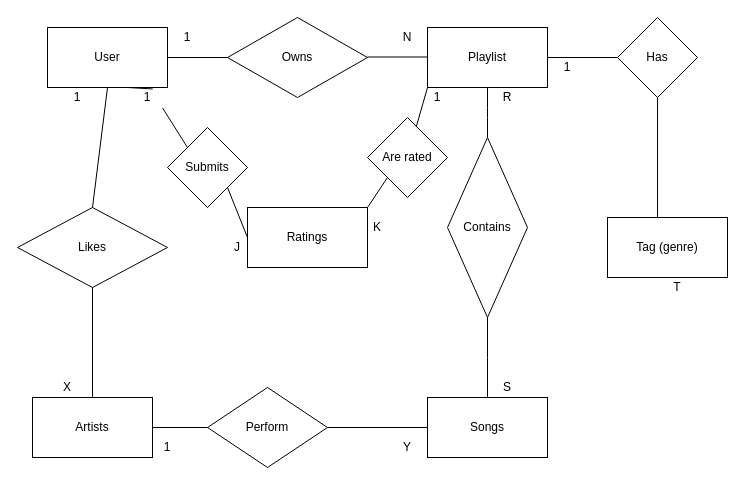
Caimpson/ITECHProj_GroupP keeps this draw.io diagram as ER draft.drawio. Above is the earlier version. Source tidied: cells renumbered, new cells numbered last; positions are measured from the earlier drawing's top-left corner, leaving out a move shared by most shapes. Both pictures are drawn from the tidied source at 100%, with x=0, y=0 at pixel (17, 17).
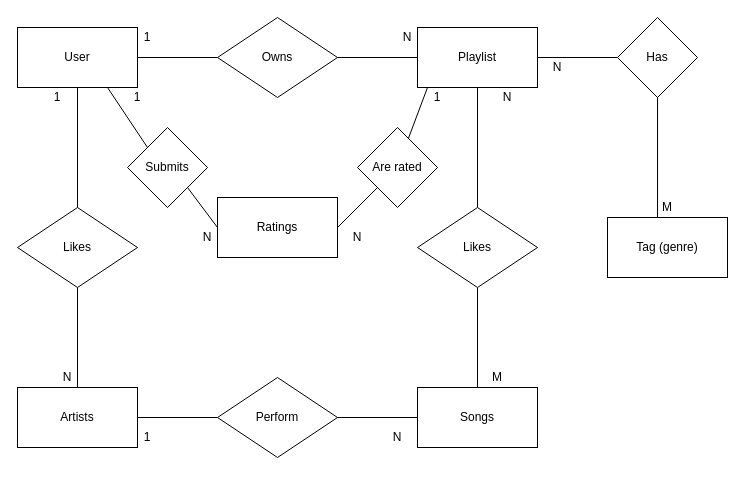
The same page after the edit.

What changed in the source:
```diff
@@
     <mxCell id="3" value="User" style="rounded=0;whiteSpace=wrap;html=1;" parent="1" vertex="1">
-      <mxGeometry x="30" y="10" width="120" height="60" as="geometry" />
+      <mxGeometry y="10" width="120" height="60" as="geometry" />
     </mxCell>
-    <mxCell id="4" style="edgeStyle=orthogonalEdgeStyle;rounded=0;jettySize=auto;html=1;endArrow=none;endFill=0;" parent="1" edge="1" source="14" target="10">
-      <mxGeometry relative="1" as="geometry">
-        <Array as="points">
-          <mxPoint x="470" y="100" />
-          <mxPoint x="470" y="100" />
-        </Array>
-      </mxGeometry>
-    </mxCell>
@@
+    <mxCell id="45" style="edgeStyle=orthogonalEdgeStyle;rounded=0;jettySize=auto;html=1;exitX=0.5;exitY=1;exitDx=0;exitDy=0;entryX=0.5;entryY=0;entryDx=0;entryDy=0;endArrow=none;endFill=0;" parent="1" edge="1" source="6" target="48">
+      <mxGeometry relative="1" as="geometry" />
+    </mxCell>
     <mxCell id="6" value="Playlist" style="rounded=0;whiteSpace=wrap;html=1;" parent="1" vertex="1">
-      <mxGeometry x="410" y="10" width="120" height="60" as="geometry" />
+      <mxGeometry x="400" y="10" width="120" height="60" as="geometry" />
     </mxCell>
+    <mxCell id="46" style="edgeStyle=orthogonalEdgeStyle;rounded=0;jettySize=auto;html=1;exitX=1;exitY=0.5;exitDx=0;exitDy=0;entryX=0;entryY=0.5;entryDx=0;entryDy=0;endArrow=none;endFill=0;" parent="1" edge="1" source="7" target="6">
+      <mxGeometry relative="1" as="geometry" />
+    </mxCell>
     <mxCell id="7" value="Owns" style="rhombus;whiteSpace=wrap;html=1;" parent="1" vertex="1">
-      <mxGeometry x="210" width="140" height="80" as="geometry" />
+      <mxGeometry x="200" width="120" height="80" as="geometry" />
     </mxCell>
-    <mxCell id="8" style="edgeStyle=orthogonalEdgeStyle;rounded=0;orthogonalLoop=1;jettySize=auto;html=1;exitX=1;exitY=0.5;exitDx=0;exitDy=0;entryX=0;entryY=0.5;entryDx=0;entryDy=0;endArrow=none;endFill=0;" parent="1" edge="1">
-      <mxGeometry relative="1" as="geometry">
-        <mxPoint x="350" y="39.5" as="sourcePoint" />
-        <mxPoint x="410" y="39.5" as="targetPoint" />
-      </mxGeometry>
-    </mxCell>
-    <mxCell id="9" style="edgeStyle=orthogonalEdgeStyle;rounded=0;jettySize=auto;html=1;endArrow=none;endFill=0;" parent="1" edge="1" source="10">
-      <mxGeometry relative="1" as="geometry">
-        <mxPoint x="470" y="380" as="targetPoint" />
-      </mxGeometry>
-    </mxCell>
-    <mxCell id="10" value="Contains" style="rhombus;whiteSpace=wrap;html=1;" parent="1" vertex="1">
-      <mxGeometry x="430" y="120" width="80" height="180" as="geometry" />
-    </mxCell>
     <mxCell id="11" value="Songs" style="rounded=0;whiteSpace=wrap;html=1;" parent="1" vertex="1">
-      <mxGeometry x="410" y="380" width="120" height="60" as="geometry" />
+      <mxGeometry x="400" y="370" width="120" height="60" as="geometry" />
     </mxCell>
     <mxCell id="12" value="1" style="text;html=1;strokeColor=none;fillColor=none;align=center;verticalAlign=middle;whiteSpace=wrap;rounded=0;" parent="1" vertex="1">
-      <mxGeometry x="150" y="10" width="40" height="20" as="geometry" />
+      <mxGeometry x="110" y="10" width="40" height="20" as="geometry" />
     </mxCell>
@@
-    <mxCell id="14" value="R" style="text;html=1;strokeColor=none;fillColor=none;align=center;verticalAlign=middle;whiteSpace=wrap;rounded=0;" parent="1" vertex="1">
+    <mxCell id="14" value="N" style="text;html=1;strokeColor=none;fillColor=none;align=center;verticalAlign=middle;whiteSpace=wrap;rounded=0;" parent="1" vertex="1">
       <mxGeometry x="470" y="70" width="40" height="20" as="geometry" />
     </mxCell>
-    <mxCell id="15" style="edgeStyle=orthogonalEdgeStyle;rounded=0;jettySize=auto;html=1;endArrow=none;endFill=0;" parent="1" edge="1" source="6">
-      <mxGeometry relative="1" as="geometry">
-        <mxPoint x="470" y="90" as="targetPoint" />
-      </mxGeometry>
-    </mxCell>
-    <mxCell id="16" value="S" style="text;html=1;strokeColor=none;fillColor=none;align=center;verticalAlign=middle;whiteSpace=wrap;rounded=0;" parent="1" vertex="1">
-      <mxGeometry x="470" y="360" width="40" height="20" as="geometry" />
+    <mxCell id="16" value="M" style="text;html=1;strokeColor=none;fillColor=none;align=center;verticalAlign=middle;whiteSpace=wrap;rounded=0;" parent="1" vertex="1">
+      <mxGeometry x="460" y="350" width="40" height="20" as="geometry" />
     </mxCell>
     <mxCell id="17" value="Ratings" style="rounded=0;whiteSpace=wrap;html=1;" parent="1" vertex="1">
-      <mxGeometry x="230" y="190" width="120" height="60" as="geometry" />
+      <mxGeometry x="200" y="180" width="120" height="60" as="geometry" />
     </mxCell>
     <mxCell id="18" value="Submits" style="rhombus;whiteSpace=wrap;html=1;" parent="1" vertex="1">
-      <mxGeometry x="150" y="110" width="80" height="80" as="geometry" />
+      <mxGeometry x="110" y="110" width="80" height="80" as="geometry" />
     </mxCell>
     <mxCell id="19" value="Are rated" style="rhombus;whiteSpace=wrap;html=1;" parent="1" vertex="1">
-      <mxGeometry x="350" y="100" width="80" height="80" as="geometry" />
+      <mxGeometry x="340" y="110" width="80" height="80" as="geometry" />
     </mxCell>
-    <mxCell id="20" style="endArrow=none;html=1;exitX=0;exitY=0;exitDx=0;exitDy=0;entryX=0.877;entryY=1.024;entryDx=0;entryDy=0;entryPerimeter=0;" parent="1" edge="1" source="43" target="3">
-      <mxGeometry relative="1" as="geometry" />
-    </mxCell>
@@
-    <mxCell id="23" style="endArrow=none;html=1;exitX=1;exitY=0;exitDx=0;exitDy=0;entryX=0;entryY=1;entryDx=0;entryDy=0;" parent="1" edge="1" source="17" target="19">
+    <mxCell id="23" style="endArrow=none;html=1;exitX=1;exitY=0.5;exitDx=0;exitDy=0;entryX=0;entryY=1;entryDx=0;entryDy=0;" parent="1" edge="1" source="17" target="19">
       <mxGeometry relative="1" as="geometry" />
     </mxCell>
     <mxCell id="24" value="1" style="text;html=1;strokeColor=none;fillColor=none;align=center;verticalAlign=middle;whiteSpace=wrap;rounded=0;" parent="1" vertex="1">
-      <mxGeometry x="40" y="70" width="40" height="20" as="geometry" />
+      <mxGeometry x="20" y="70" width="40" height="20" as="geometry" />
     </mxCell>
-    <mxCell id="25" value="J" style="text;html=1;strokeColor=none;fillColor=none;align=center;verticalAlign=middle;whiteSpace=wrap;rounded=0;" parent="1" vertex="1">
-      <mxGeometry x="200" y="220" width="40" height="20" as="geometry" />
+    <mxCell id="25" value="N" style="text;html=1;strokeColor=none;fillColor=none;align=center;verticalAlign=middle;whiteSpace=wrap;rounded=0;" parent="1" vertex="1">
+      <mxGeometry x="170" y="210" width="40" height="20" as="geometry" />
     </mxCell>
-    <mxCell id="26" value="K" style="text;html=1;strokeColor=none;fillColor=none;align=center;verticalAlign=middle;whiteSpace=wrap;rounded=0;" parent="1" vertex="1">
-      <mxGeometry x="340" y="200" width="40" height="20" as="geometry" />
+    <mxCell id="26" value="N" style="text;html=1;strokeColor=none;fillColor=none;align=center;verticalAlign=middle;whiteSpace=wrap;rounded=0;" parent="1" vertex="1">
+      <mxGeometry x="320" y="210" width="40" height="20" as="geometry" />
     </mxCell>
@@
     <mxCell id="31" value="Likes" style="rhombus;whiteSpace=wrap;html=1;" parent="1" vertex="1">
-      <mxGeometry y="190" width="150" height="80" as="geometry" />
+      <mxGeometry y="190" width="120" height="80" as="geometry" />
     </mxCell>
@@
     <mxCell id="34" value="Artists" style="rounded=0;whiteSpace=wrap;html=1;" parent="1" vertex="1">
-      <mxGeometry x="15" y="380" width="120" height="60" as="geometry" />
+      <mxGeometry y="370" width="120" height="60" as="geometry" />
     </mxCell>
     <mxCell id="35" value="Perform" style="rhombus;whiteSpace=wrap;html=1;" parent="1" vertex="1">
-      <mxGeometry x="190" y="370" width="120" height="80" as="geometry" />
+      <mxGeometry x="200" y="360" width="120" height="80" as="geometry" />
     </mxCell>
@@
-    <mxCell id="38" value="X" style="text;html=1;strokeColor=none;fillColor=none;align=center;verticalAlign=middle;whiteSpace=wrap;rounded=0;" parent="1" vertex="1">
-      <mxGeometry x="30" y="360" width="40" height="20" as="geometry" />
+    <mxCell id="38" value="N" style="text;html=1;strokeColor=none;fillColor=none;align=center;verticalAlign=middle;whiteSpace=wrap;rounded=0;" parent="1" vertex="1">
+      <mxGeometry x="30" y="350" width="40" height="20" as="geometry" />
     </mxCell>
     <mxCell id="39" value="1" style="text;html=1;strokeColor=none;fillColor=none;align=center;verticalAlign=middle;whiteSpace=wrap;rounded=0;" parent="1" vertex="1">
-      <mxGeometry x="130" y="420" width="40" height="20" as="geometry" />
+      <mxGeometry x="110" y="410" width="40" height="20" as="geometry" />
     </mxCell>
-    <mxCell id="40" value="Y" style="text;html=1;strokeColor=none;fillColor=none;align=center;verticalAlign=middle;whiteSpace=wrap;rounded=0;" parent="1" vertex="1">
-      <mxGeometry x="370" y="420" width="40" height="20" as="geometry" />
+    <mxCell id="40" value="N" style="text;html=1;strokeColor=none;fillColor=none;align=center;verticalAlign=middle;whiteSpace=wrap;rounded=0;" parent="1" vertex="1">
+      <mxGeometry x="360" y="410" width="40" height="20" as="geometry" />
     </mxCell>
-    <mxCell id="41" value="1" style="text;html=1;strokeColor=none;fillColor=none;align=center;verticalAlign=middle;whiteSpace=wrap;rounded=0;" parent="1" vertex="1">
-      <mxGeometry x="530" y="40" width="40" height="20" as="geometry" />
+    <mxCell id="41" value="N" style="text;html=1;strokeColor=none;fillColor=none;align=center;verticalAlign=middle;whiteSpace=wrap;rounded=0;" parent="1" vertex="1">
+      <mxGeometry x="520" y="40" width="40" height="20" as="geometry" />
     </mxCell>
-    <mxCell id="42" value="T" style="text;html=1;strokeColor=none;fillColor=none;align=center;verticalAlign=middle;whiteSpace=wrap;rounded=0;" parent="1" vertex="1">
-      <mxGeometry x="640" y="260" width="40" height="20" as="geometry" />
+    <mxCell id="42" value="M" style="text;html=1;strokeColor=none;fillColor=none;align=center;verticalAlign=middle;whiteSpace=wrap;rounded=0;" parent="1" vertex="1">
+      <mxGeometry x="630" y="180" width="40" height="20" as="geometry" />
     </mxCell>
+    <mxCell id="44" style="endArrow=none;html=1;exitX=0;exitY=0;exitDx=0;exitDy=0;entryX=0.75;entryY=1;entryDx=0;entryDy=0;" parent="1" edge="1" source="18" target="3">
+      <mxGeometry relative="1" as="geometry" />
+    </mxCell>
     <mxCell id="43" value="1" style="text;html=1;strokeColor=none;fillColor=none;align=center;verticalAlign=middle;whiteSpace=wrap;rounded=0;" parent="1" vertex="1">
-      <mxGeometry x="110" y="70" width="40" height="20" as="geometry" />
+      <mxGeometry x="100" y="70" width="40" height="20" as="geometry" />
     </mxCell>
-    <mxCell id="44" style="endArrow=none;html=1;exitX=0;exitY=0;exitDx=0;exitDy=0;entryX=0.877;entryY=1.024;entryDx=0;entryDy=0;entryPerimeter=0;" parent="1" edge="1" source="18" target="43">
-      <mxGeometry relative="1" as="geometry" />
-    </mxCell>
+    <mxCell id="47" style="edgeStyle=orthogonalEdgeStyle;rounded=0;jettySize=auto;html=1;exitX=0.5;exitY=1;exitDx=0;exitDy=0;entryX=0.5;entryY=0;entryDx=0;entryDy=0;endArrow=none;endFill=0;" parent="1" edge="1" source="48" target="11">
+      <mxGeometry relative="1" as="geometry" />
+    </mxCell>
+    <mxCell id="48" value="Likes" style="rhombus;whiteSpace=wrap;html=1;" parent="1" vertex="1">
+      <mxGeometry x="400" y="190" width="120" height="80" as="geometry" />
+    </mxCell>
```
